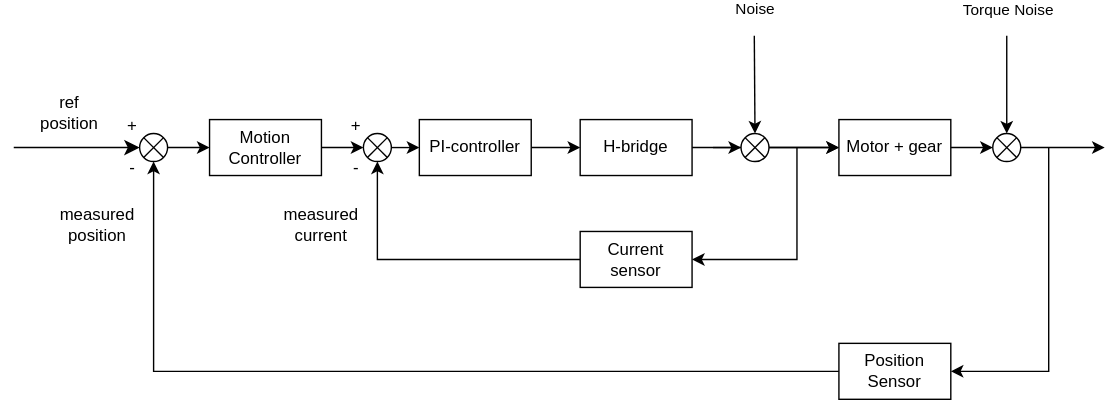
Niclasapdk/esd5_project keeps this draw.io diagram as gitfigures/system_design/control/cascade_control_block_diagram.drawio.svg. Above is the earlier version. Source tidied: cells renumbered, new cells last; positions are measured from the earlier drawing's top-left corner, leaving out a move shared by most shapes.
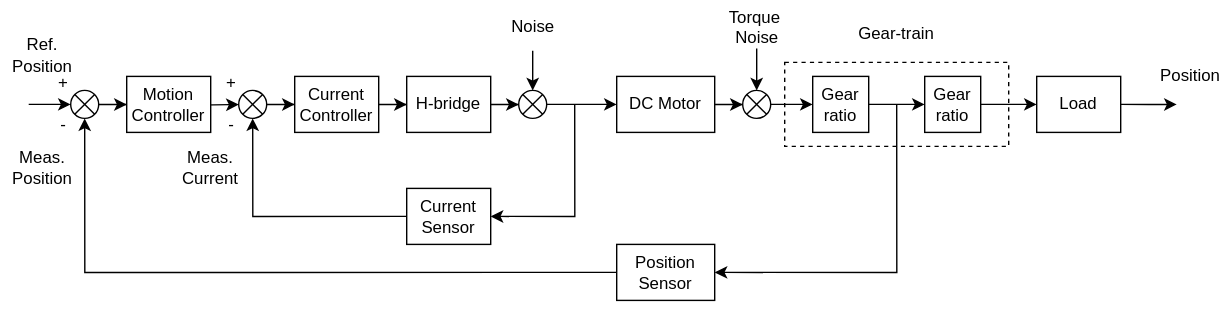
The same diagram one commit later.

What changed in the source:
```diff
@@ -2,134 +2,152 @@
   <root>
     <mxCell id="0" />
     <mxCell id="1" parent="0" />
-    <mxCell id="2" style="edgeStyle=orthogonalEdgeStyle;rounded=0;jettySize=auto;html=1;" parent="1" edge="1" source="3" target="5">
-      <mxGeometry relative="1" as="geometry" />
-    </mxCell>
+    <mxCell id="37" style="rounded=0;whiteSpace=wrap;html=1;gradientColor=none;fillColor=none;dashed=1;" parent="1" vertex="1">
+      <mxGeometry x="560" y="50" width="160" height="60" as="geometry" />
+    </mxCell>
+    <mxCell id="38" style="edgeStyle=orthogonalEdgeStyle;rounded=0;jettySize=auto;html=1;" parent="1" edge="1" target="56">
+      <mxGeometry relative="1" as="geometry">
+        <mxPoint x="110" y="80" as="sourcePoint" />
+      </mxGeometry>
+    </mxCell>
-    <mxCell id="3" value="Motion&lt;br&gt;&lt;div&gt;Controller&lt;/div&gt;" style="rounded=0;whiteSpace=wrap;html=1;" parent="1" vertex="1">
-      <mxGeometry x="140" y="60" width="80" height="40" as="geometry" />
+    <mxCell id="3" value="Motion Controller" style="rounded=0;whiteSpace=wrap;html=1;" parent="1" vertex="1">
+      <mxGeometry x="90" y="60" width="60" height="40" as="geometry" />
     </mxCell>
-    <mxCell id="4" style="edgeStyle=orthogonalEdgeStyle;rounded=0;jettySize=auto;html=1;exitX=1;exitY=0.5;exitDx=0;exitDy=0;entryX=0;entryY=0.5;entryDx=0;entryDy=0;" parent="1" edge="1" source="5" target="12">
-      <mxGeometry relative="1" as="geometry" />
-    </mxCell>
-    <mxCell id="5" style="shape=sumEllipse;perimeter=ellipsePerimeter;whiteSpace=wrap;html=1;backgroundOutline=1;" parent="1" vertex="1">
-      <mxGeometry x="250" y="70" width="20" height="20" as="geometry" />
-    </mxCell>
-    <mxCell id="6" style="edgeStyle=orthogonalEdgeStyle;rounded=0;jettySize=auto;html=1;" parent="1" edge="1" source="7" target="8">
-      <mxGeometry relative="1" as="geometry" />
-    </mxCell>
+    <mxCell id="39" style="edgeStyle=orthogonalEdgeStyle;rounded=0;jettySize=auto;html=1;" parent="1" edge="1" source="40" target="7">
+      <mxGeometry relative="1" as="geometry" />
+    </mxCell>
+    <mxCell id="40" value="Current Controller" style="rounded=0;whiteSpace=wrap;html=1;" parent="1" vertex="1">
+      <mxGeometry x="210" y="60" width="60" height="40" as="geometry" />
+    </mxCell>
+    <mxCell id="41" style="edgeStyle=orthogonalEdgeStyle;rounded=0;jettySize=auto;html=1;" parent="1" edge="1" source="7" target="51">
+      <mxGeometry relative="1" as="geometry" />
+    </mxCell>
-    <mxCell id="7" value="&lt;div&gt;H-bridge&lt;/div&gt;" style="rounded=0;whiteSpace=wrap;html=1;" parent="1" vertex="1">
-      <mxGeometry x="405" y="60" width="80" height="40" as="geometry" />
+    <mxCell id="7" value="H-bridge" style="rounded=0;whiteSpace=wrap;html=1;" parent="1" vertex="1">
+      <mxGeometry x="290" y="60" width="60" height="40" as="geometry" />
     </mxCell>
-    <mxCell id="8" value="Motor + gear" style="rounded=0;whiteSpace=wrap;html=1;" parent="1" vertex="1">
-      <mxGeometry x="590" y="60" width="80" height="40" as="geometry" />
-    </mxCell>
-    <mxCell id="9" style="edgeStyle=orthogonalEdgeStyle;rounded=0;jettySize=auto;html=1;exitX=0;exitY=0.5;exitDx=0;exitDy=0;entryX=0.5;entryY=1;entryDx=0;entryDy=0;" parent="1" edge="1" source="10" target="5">
-      <mxGeometry relative="1" as="geometry" />
-    </mxCell>
-    <mxCell id="10" value="Current sensor" style="rounded=0;whiteSpace=wrap;html=1;" parent="1" vertex="1">
-      <mxGeometry x="405" y="140" width="80" height="40" as="geometry" />
-    </mxCell>
-    <mxCell id="11" style="edgeStyle=orthogonalEdgeStyle;rounded=0;jettySize=auto;html=1;" parent="1" edge="1" source="12" target="7">
-      <mxGeometry relative="1" as="geometry" />
-    </mxCell>
-    <mxCell id="12" value="PI-controller" style="rounded=0;whiteSpace=wrap;html=1;" parent="1" vertex="1">
-      <mxGeometry x="290" y="60" width="80" height="40" as="geometry" />
-    </mxCell>
-    <mxCell id="13" style="edgeStyle=orthogonalEdgeStyle;rounded=0;jettySize=auto;html=1;exitX=0;exitY=0.5;exitDx=0;exitDy=0;entryX=0.5;entryY=1;entryDx=0;entryDy=0;" parent="1" edge="1" source="14" target="16">
-      <mxGeometry relative="1" as="geometry" />
-    </mxCell>
+    <mxCell id="42" style="edgeStyle=orthogonalEdgeStyle;rounded=0;jettySize=auto;html=1;exitX=0;exitY=0.5;exitDx=0;exitDy=0;entryX=0.5;entryY=1;entryDx=0;entryDy=0;" parent="1" edge="1" source="14" target="48">
+      <mxGeometry relative="1" as="geometry" />
+    </mxCell>
-    <mxCell id="14" value="Position Sensor" style="rounded=0;whiteSpace=wrap;html=1;" parent="1" vertex="1">
-      <mxGeometry x="590" y="220" width="80" height="40" as="geometry" />
+    <mxCell id="14" value="&lt;p style=&quot;line-height: 120%;&quot;&gt;Position Sensor&lt;/p&gt;" style="rounded=0;whiteSpace=wrap;html=1;" parent="1" vertex="1">
+      <mxGeometry x="440" y="180" width="70" height="40" as="geometry" />
     </mxCell>
-    <mxCell id="15" style="edgeStyle=orthogonalEdgeStyle;rounded=0;jettySize=auto;html=1;" parent="1" edge="1" source="16" target="3">
-      <mxGeometry relative="1" as="geometry" />
-    </mxCell>
-    <mxCell id="16" style="shape=sumEllipse;perimeter=ellipsePerimeter;whiteSpace=wrap;html=1;backgroundOutline=1;" parent="1" vertex="1">
-      <mxGeometry x="90" y="70" width="20" height="20" as="geometry" />
-    </mxCell>
-    <mxCell id="17" style="edgeStyle=segmentEdgeStyle;endArrow=classic;html=1;curved=0;rounded=0;endSize=8;startSize=8;entryX=0;entryY=0.5;entryDx=0;entryDy=0;" parent="1" edge="1" target="16">
-      <mxGeometry relative="1" as="geometry">
-        <mxPoint y="80" as="sourcePoint" />
-      </mxGeometry>
-    </mxCell>
-    <mxCell id="18" value="ref position" style="text;html=1;align=center;verticalAlign=middle;whiteSpace=wrap;rounded=0;" parent="1" vertex="1">
-      <mxGeometry x="10" y="40" width="60" height="30" as="geometry" />
-    </mxCell>
-    <mxCell id="19" style="endArrow=classic;html=1;rounded=0;entryX=0.5;entryY=0;entryDx=0;entryDy=0;" parent="1" edge="1" target="26">
-      <mxGeometry relative="1" as="geometry">
-        <mxPoint x="710" as="sourcePoint" />
-      </mxGeometry>
-    </mxCell>
+    <mxCell id="43" style="edgeStyle=orthogonalEdgeStyle;rounded=0;jettySize=auto;html=1;exitX=0;exitY=0.5;exitDx=0;exitDy=0;entryX=0.5;entryY=1;entryDx=0;entryDy=0;" parent="1" edge="1" source="44" target="56">
+      <mxGeometry relative="1" as="geometry" />
+    </mxCell>
+    <mxCell id="44" value="Current Sensor" style="rounded=0;whiteSpace=wrap;html=1;" parent="1" vertex="1">
+      <mxGeometry x="290" y="140" width="60" height="40" as="geometry" />
+    </mxCell>
+    <mxCell id="45" style="edgeStyle=orthogonalEdgeStyle;rounded=0;jettySize=auto;html=1;" parent="1" edge="1" source="46" target="54">
+      <mxGeometry relative="1" as="geometry" />
+    </mxCell>
+    <mxCell id="46" value="DC Motor" style="rounded=0;whiteSpace=wrap;html=1;" parent="1" vertex="1">
+      <mxGeometry x="440" y="60" width="70" height="40" as="geometry" />
+    </mxCell>
+    <mxCell id="47" style="edgeStyle=orthogonalEdgeStyle;rounded=0;jettySize=auto;html=1;" parent="1" edge="1" source="48" target="3">
+      <mxGeometry relative="1" as="geometry" />
+    </mxCell>
+    <mxCell id="48" style="shape=sumEllipse;perimeter=ellipsePerimeter;whiteSpace=wrap;html=1;backgroundOutline=1;" parent="1" vertex="1">
+      <mxGeometry x="50" y="70" width="20" height="20" as="geometry" />
+    </mxCell>
+    <mxCell id="49" style="edgeStyle=orthogonalEdgeStyle;rounded=0;jettySize=auto;html=1;" parent="1" edge="1" source="51" target="46">
+      <mxGeometry relative="1" as="geometry" />
+    </mxCell>
+    <mxCell id="50" style="edgeStyle=orthogonalEdgeStyle;rounded=0;jettySize=auto;html=1;entryX=1;entryY=0.5;entryDx=0;entryDy=0;" parent="1" edge="1" target="44">
+      <mxGeometry relative="1" as="geometry">
+        <mxPoint x="410" y="80" as="sourcePoint" />
+        <Array as="points">
+          <mxPoint x="410" y="160" />
+        </Array>
+      </mxGeometry>
+    </mxCell>
+    <mxCell id="51" style="shape=sumEllipse;perimeter=ellipsePerimeter;whiteSpace=wrap;html=1;backgroundOutline=1;" parent="1" vertex="1">
+      <mxGeometry x="370" y="70" width="20" height="20" as="geometry" />
+    </mxCell>
+    <mxCell id="52" style="edgeStyle=orthogonalEdgeStyle;rounded=0;jettySize=auto;html=1;entryX=1;entryY=0.5;entryDx=0;entryDy=0;" parent="1" edge="1" target="14">
+      <mxGeometry relative="1" as="geometry">
+        <mxPoint x="640" y="80" as="sourcePoint" />
+        <Array as="points">
+          <mxPoint x="640" y="200" />
+        </Array>
+      </mxGeometry>
+    </mxCell>
+    <mxCell id="53" style="edgeStyle=orthogonalEdgeStyle;rounded=0;jettySize=auto;html=1;exitX=1;exitY=0.5;exitDx=0;exitDy=0;entryX=0;entryY=0.5;entryDx=0;entryDy=0;" parent="1" edge="1" source="54" target="71">
+      <mxGeometry relative="1" as="geometry" />
+    </mxCell>
+    <mxCell id="54" style="shape=sumEllipse;perimeter=ellipsePerimeter;whiteSpace=wrap;html=1;backgroundOutline=1;" parent="1" vertex="1">
+      <mxGeometry x="530" y="70" width="20" height="20" as="geometry" />
+    </mxCell>
+    <mxCell id="55" style="edgeStyle=orthogonalEdgeStyle;rounded=0;jettySize=auto;html=1;entryX=0;entryY=0.5;entryDx=0;entryDy=0;" parent="1" edge="1" source="56" target="40">
+      <mxGeometry relative="1" as="geometry" />
+    </mxCell>
+    <mxCell id="56" style="shape=sumEllipse;perimeter=ellipsePerimeter;whiteSpace=wrap;html=1;backgroundOutline=1;" parent="1" vertex="1">
+      <mxGeometry x="170" y="70" width="20" height="20" as="geometry" />
+    </mxCell>
+    <mxCell id="57" style="edgeStyle=orthogonalEdgeStyle;rounded=0;jettySize=auto;html=1;entryX=0;entryY=0.5;entryDx=0;entryDy=0;" parent="1" edge="1" target="48">
+      <mxGeometry relative="1" as="geometry">
+        <mxPoint x="20" y="80" as="sourcePoint" />
+      </mxGeometry>
+    </mxCell>
+    <mxCell id="58" value="Ref. Position" style="text;html=1;align=center;verticalAlign=middle;whiteSpace=wrap;rounded=0;" parent="1" vertex="1">
+      <mxGeometry y="30" width="60" height="30" as="geometry" />
+    </mxCell>
+    <mxCell id="59" value="Meas. Position" style="text;html=1;align=center;verticalAlign=middle;whiteSpace=wrap;rounded=0;" parent="1" vertex="1">
+      <mxGeometry y="110" width="60" height="30" as="geometry" />
+    </mxCell>
+    <mxCell id="60" value="-" style="text;html=1;align=center;verticalAlign=middle;whiteSpace=wrap;rounded=0;" parent="1" vertex="1">
+      <mxGeometry x="40" y="90" width="10" height="10" as="geometry" />
+    </mxCell>
+    <mxCell id="61" value="+" style="text;html=1;align=center;verticalAlign=middle;whiteSpace=wrap;rounded=0;" parent="1" vertex="1">
+      <mxGeometry x="40" y="60" width="10" height="10" as="geometry" />
+    </mxCell>
+    <mxCell id="62" value="-" style="text;html=1;align=center;verticalAlign=middle;whiteSpace=wrap;rounded=0;" parent="1" vertex="1">
+      <mxGeometry x="160" y="90" width="10" height="10" as="geometry" />
+    </mxCell>
+    <mxCell id="63" value="+" style="text;html=1;align=center;verticalAlign=middle;whiteSpace=wrap;rounded=0;" parent="1" vertex="1">
+      <mxGeometry x="160" y="60" width="10" height="10" as="geometry" />
+    </mxCell>
+    <mxCell id="64" value="Meas. Current" style="text;html=1;align=center;verticalAlign=middle;whiteSpace=wrap;rounded=0;" parent="1" vertex="1">
+      <mxGeometry x="120" y="110" width="60" height="30" as="geometry" />
+    </mxCell>
+    <mxCell id="65" value="Position" style="text;html=1;align=center;verticalAlign=middle;whiteSpace=wrap;rounded=0;" parent="1" vertex="1">
+      <mxGeometry x="820" y="45" width="60" height="30" as="geometry" />
+    </mxCell>
+    <mxCell id="66" style="edgeStyle=orthogonalEdgeStyle;rounded=0;jettySize=auto;html=1;entryX=0.5;entryY=0;entryDx=0;entryDy=0;exitX=0.5;exitY=1.056;exitDx=0;exitDy=0;exitPerimeter=0;" parent="1" edge="1" source="34" target="51">
+      <mxGeometry relative="1" as="geometry" />
+    </mxCell>
+    <mxCell id="67" style="edgeStyle=orthogonalEdgeStyle;rounded=0;jettySize=auto;html=1;entryX=0.5;entryY=0;entryDx=0;entryDy=0;" parent="1" edge="1" target="54">
+      <mxGeometry relative="1" as="geometry">
+        <mxPoint x="540" y="40" as="sourcePoint" />
+      </mxGeometry>
+    </mxCell>
+    <mxCell id="34" value="Noise" style="text;html=1;align=center;verticalAlign=middle;points=[];strokeColor=none;fillColor=none;" parent="1" vertex="1">
+      <mxGeometry x="355" y="10" width="50" height="30" as="geometry" />
+    </mxCell>
-    <mxCell id="20" value="Torque Noise" style="edgeLabel;html=1;align=center;verticalAlign=middle;" parent="19" vertex="1">
-      <mxGeometry x="-0.4" relative="1" as="geometry">
-        <mxPoint y="-40" as="offset" />
-      </mxGeometry>
+    <mxCell id="20" value="Torque&amp;nbsp;&lt;div&gt;&lt;span style=&quot;background-color: initial;&quot;&gt;Noise&lt;/span&gt;&lt;/div&gt;" style="text;html=1;align=center;verticalAlign=middle;strokeColor=none;fillColor=none;" parent="1" vertex="1">
+      <mxGeometry x="510" y="5" width="60" height="40" as="geometry" />
     </mxCell>
-    <mxCell id="21" value="+" style="text;html=1;align=center;verticalAlign=middle;whiteSpace=wrap;rounded=0;" parent="1" vertex="1">
-      <mxGeometry x="80" y="60" width="10" height="10" as="geometry" />
-    </mxCell>
-    <mxCell id="22" value="+" style="text;html=1;align=center;verticalAlign=middle;whiteSpace=wrap;rounded=0;" parent="1" vertex="1">
-      <mxGeometry x="240" y="60" width="10" height="10" as="geometry" />
-    </mxCell>
-    <mxCell id="23" value="-" style="text;html=1;align=center;verticalAlign=middle;whiteSpace=wrap;rounded=0;" parent="1" vertex="1">
-      <mxGeometry x="240" y="90" width="10" height="10" as="geometry" />
-    </mxCell>
-    <mxCell id="24" value="-" style="text;html=1;align=center;verticalAlign=middle;whiteSpace=wrap;rounded=0;" parent="1" vertex="1">
-      <mxGeometry x="80" y="90" width="10" height="10" as="geometry" />
-    </mxCell>
-    <mxCell id="25" style="edgeStyle=orthogonalEdgeStyle;rounded=0;jettySize=auto;html=1;exitX=1;exitY=0.5;exitDx=0;exitDy=0;entryX=0;entryY=0.5;entryDx=0;entryDy=0;" parent="1" edge="1" source="8" target="26">
-      <mxGeometry relative="1" as="geometry" />
-    </mxCell>
-    <mxCell id="26" style="shape=sumEllipse;perimeter=ellipsePerimeter;whiteSpace=wrap;html=1;backgroundOutline=1;" parent="1" vertex="1">
-      <mxGeometry x="700" y="70" width="20" height="20" as="geometry" />
-    </mxCell>
-    <mxCell id="27" style="endArrow=classic;html=1;rounded=0;entryX=1;entryY=0.5;entryDx=0;entryDy=0;" parent="1" edge="1" target="14">
-      <mxGeometry relative="1" as="geometry">
-        <mxPoint x="740" y="80" as="sourcePoint" />
-        <Array as="points">
-          <mxPoint x="740" y="240" />
-        </Array>
-      </mxGeometry>
-    </mxCell>
-    <mxCell id="28" style="endArrow=classic;html=1;rounded=0;exitX=1;exitY=0.5;exitDx=0;exitDy=0;" parent="1" edge="1" source="26">
-      <mxGeometry relative="1" as="geometry">
-        <mxPoint x="780" y="80" as="targetPoint" />
-      </mxGeometry>
-    </mxCell>
-    <mxCell id="29" style="edgeStyle=orthogonalEdgeStyle;rounded=0;jettySize=auto;html=1;" parent="1" edge="1" source="32" target="8">
-      <mxGeometry relative="1" as="geometry" />
-    </mxCell>
-    <mxCell id="30" style="edgeStyle=orthogonalEdgeStyle;rounded=0;jettySize=auto;html=1;" parent="1" edge="1" target="10">
-      <mxGeometry relative="1" as="geometry">
-        <mxPoint x="560" y="80" as="sourcePoint" />
-        <Array as="points">
-          <mxPoint x="560" y="160" />
-        </Array>
-      </mxGeometry>
-    </mxCell>
-    <mxCell id="31" style="edgeStyle=orthogonalEdgeStyle;rounded=0;jettySize=auto;html=1;entryX=0;entryY=0.5;entryDx=0;entryDy=0;" parent="1" edge="1" target="32">
-      <mxGeometry relative="1" as="geometry">
-        <mxPoint x="500" y="80" as="sourcePoint" />
-      </mxGeometry>
-    </mxCell>
-    <mxCell id="32" style="shape=sumEllipse;perimeter=ellipsePerimeter;whiteSpace=wrap;html=1;backgroundOutline=1;" parent="1" vertex="1">
-      <mxGeometry x="520" y="70" width="20" height="20" as="geometry" />
-    </mxCell>
-    <mxCell id="33" style="endArrow=classic;html=1;rounded=0;entryX=0.5;entryY=0;entryDx=0;entryDy=0;" parent="1" edge="1" target="32">
-      <mxGeometry relative="1" as="geometry">
-        <mxPoint x="529.5" as="sourcePoint" />
-      </mxGeometry>
-    </mxCell>
-    <mxCell id="34" value="Noise" style="edgeLabel;html=1;align=center;verticalAlign=middle;points=[];" parent="33" vertex="1">
-      <mxGeometry x="-0.4" relative="1" as="geometry">
-        <mxPoint y="-40" as="offset" />
-      </mxGeometry>
-    </mxCell>
-    <mxCell id="35" value="measured position" style="text;html=1;align=center;verticalAlign=middle;whiteSpace=wrap;rounded=0;" parent="1" vertex="1">
-      <mxGeometry x="30" y="120" width="60" height="30" as="geometry" />
-    </mxCell>
-    <mxCell id="36" value="measured current" style="text;html=1;align=center;verticalAlign=middle;whiteSpace=wrap;rounded=0;" parent="1" vertex="1">
-      <mxGeometry x="190" y="120" width="60" height="30" as="geometry" />
-    </mxCell>
+    <mxCell id="68" style="edgeStyle=orthogonalEdgeStyle;rounded=0;jettySize=auto;html=1;exitX=1;exitY=0.5;exitDx=0;exitDy=0;" parent="1" edge="1" source="69">
+      <mxGeometry relative="1" as="geometry">
+        <mxPoint x="840" y="80" as="targetPoint" />
+      </mxGeometry>
+    </mxCell>
+    <mxCell id="69" value="Load" style="rounded=0;whiteSpace=wrap;html=1;" parent="1" vertex="1">
+      <mxGeometry x="740" y="60" width="60" height="40" as="geometry" />
+    </mxCell>
+    <mxCell id="70" style="edgeStyle=orthogonalEdgeStyle;rounded=0;jettySize=auto;html=1;" parent="1" edge="1" source="71" target="73">
+      <mxGeometry relative="1" as="geometry" />
+    </mxCell>
+    <mxCell id="71" value="Gear ratio" style="rounded=0;whiteSpace=wrap;html=1;" parent="1" vertex="1">
+      <mxGeometry x="580" y="60" width="40" height="40" as="geometry" />
+    </mxCell>
+    <mxCell id="72" style="edgeStyle=orthogonalEdgeStyle;rounded=0;jettySize=auto;html=1;exitX=1;exitY=0.5;exitDx=0;exitDy=0;entryX=0;entryY=0.5;entryDx=0;entryDy=0;" parent="1" edge="1" source="73" target="69">
+      <mxGeometry relative="1" as="geometry" />
+    </mxCell>
+    <mxCell id="73" value="Gear ratio" style="rounded=0;whiteSpace=wrap;html=1;" parent="1" vertex="1">
+      <mxGeometry x="660" y="60" width="40" height="40" as="geometry" />
+    </mxCell>
+    <mxCell id="74" value="Gear-train" style="text;html=1;align=center;verticalAlign=middle;whiteSpace=wrap;rounded=0;" parent="1" vertex="1">
+      <mxGeometry x="610" y="15" width="60" height="30" as="geometry" />
+    </mxCell>
   </root>
 </mxGraphModel>
```
